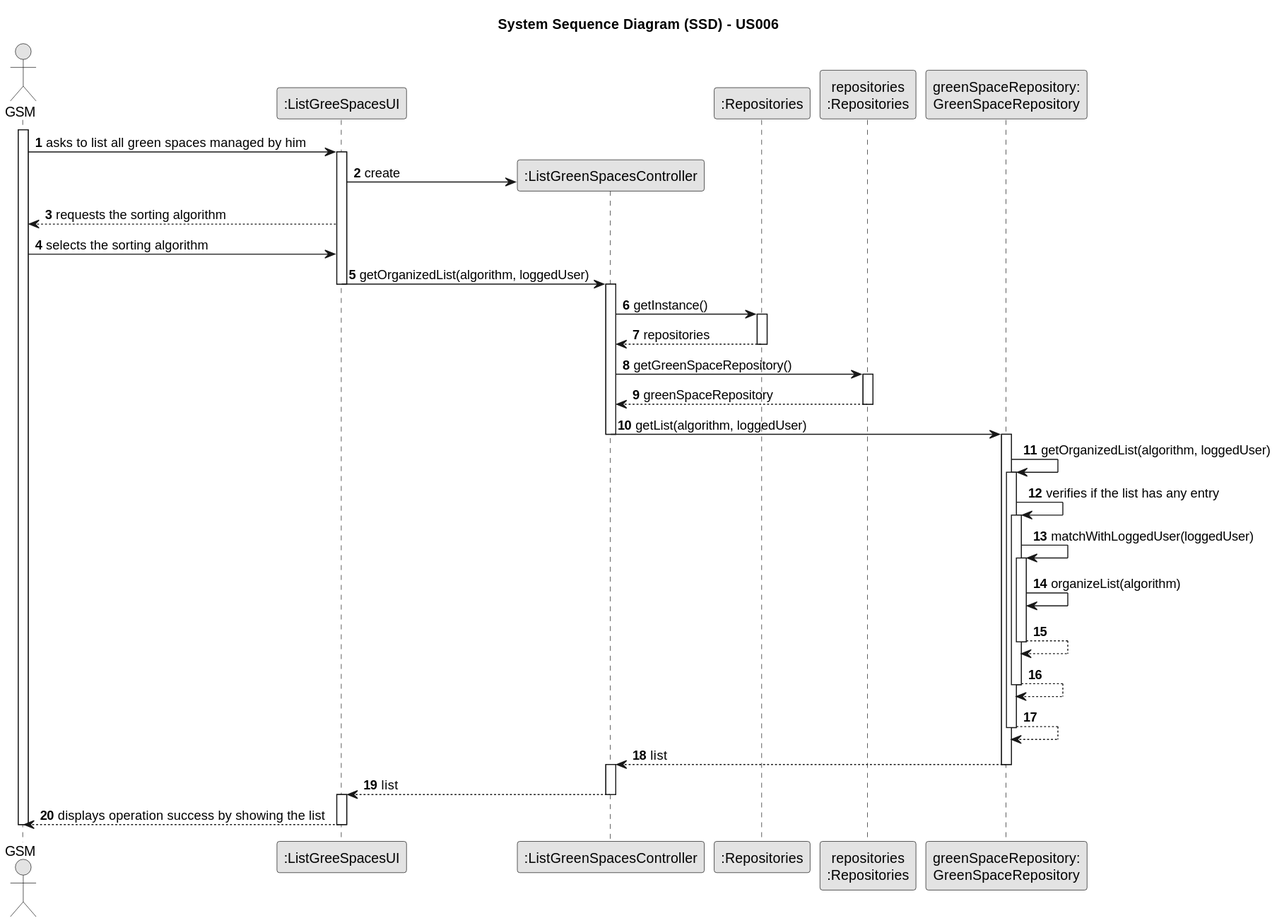
Above: docs/sprintC/us027/03.design/svg/us027-sequence-diagram-full.svg in ricardomm7/leaflink (PlantUML), before the change. The source it was exported from:
```plantuml
@startuml
skinparam monochrome true
skinparam packageStyle rectangle
skinparam shadowing false

title System Sequence Diagram (SSD) - US006

autonumber

actor "GSM" as GSM
participant ":ListGreeSpacesUI" as UI
participant ":ListGreenSpacesController" as CTRL
participant ":Repositories" as RepositorySingleton
participant "repositories\n:Repositories" as PLAT
participant "greenSpaceRepository:\nGreenSpaceRepository" as GreenSpaceRepo

activate GSM
GSM -> UI : asks to list all green spaces managed by him
activate UI
UI -> CTRL** : create
UI --> GSM : requests the sorting algorithm
GSM -> UI : selects the sorting algorithm
UI -> CTRL : getOrganizedList(algorithm, loggedUser)

deactivate UI
activate CTRL

CTRL -> RepositorySingleton : getInstance()
activate RepositorySingleton
RepositorySingleton --> CTRL : repositories
deactivate RepositorySingleton
CTRL -> PLAT : getGreenSpaceRepository()
activate PLAT
PLAT -->  CTRL: greenSpaceRepository
deactivate PLAT
CTRL -> GreenSpaceRepo : getList(algorithm, loggedUser)
deactivate CTRL

activate GreenSpaceRepo
GreenSpaceRepo -> GreenSpaceRepo : getOrganizedList(algorithm, loggedUser)
activate GreenSpaceRepo
GreenSpaceRepo -> GreenSpaceRepo : verifies if the list has any entry
activate GreenSpaceRepo
GreenSpaceRepo -> GreenSpaceRepo : matchWithLoggedUser(loggedUser)
activate GreenSpaceRepo
GreenSpaceRepo -> GreenSpaceRepo : organizeList(algorithm)
GreenSpaceRepo --> GreenSpaceRepo
deactivate GreenSpaceRepo
GreenSpaceRepo --> GreenSpaceRepo
deactivate GreenSpaceRepo
GreenSpaceRepo --> GreenSpaceRepo
deactivate GreenSpaceRepo
GreenSpaceRepo --> CTRL:list
deactivate GreenSpaceRepo
activate CTRL
CTRL --> UI : list

deactivate CTRL
activate UI
UI --> GSM : displays operation success by showing the list
deactivate UI
deactivate GSM
@enduml
```
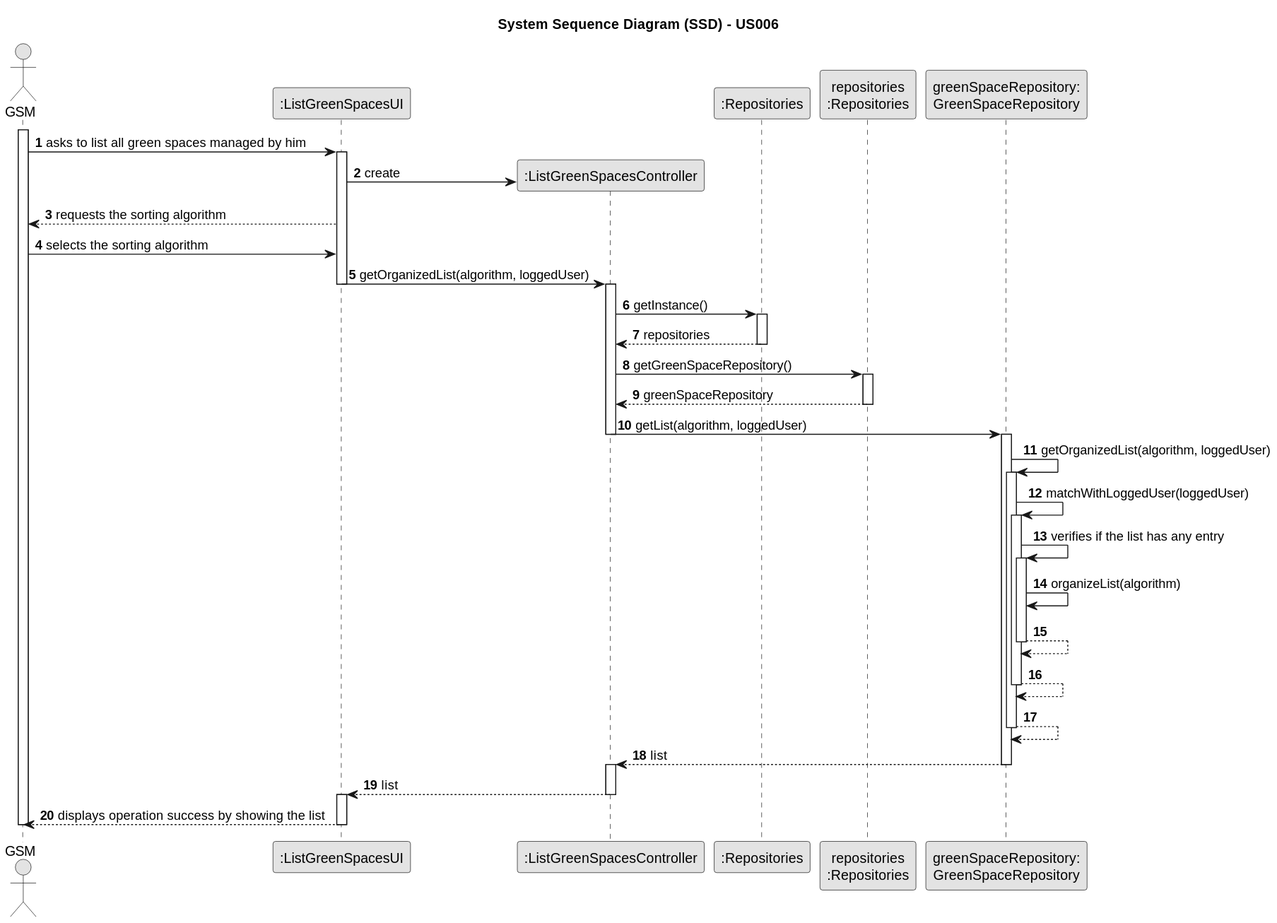
After the commit.

The edit, as a diff of the source:
```diff
@@ -8,7 +8,7 @@
 autonumber
 
 actor "GSM" as GSM
-participant ":ListGreeSpacesUI" as UI
+participant ":ListGreenSpacesUI" as UI
 participant ":ListGreenSpacesController" as CTRL
 participant ":Repositories" as RepositorySingleton
 participant "repositories\n:Repositories" as PLAT
@@ -39,9 +39,9 @@
 activate GreenSpaceRepo
 GreenSpaceRepo -> GreenSpaceRepo : getOrganizedList(algorithm, loggedUser)
 activate GreenSpaceRepo
+GreenSpaceRepo -> GreenSpaceRepo : matchWithLoggedUser(loggedUser)
+activate GreenSpaceRepo
 GreenSpaceRepo -> GreenSpaceRepo : verifies if the list has any entry
-activate GreenSpaceRepo
-GreenSpaceRepo -> GreenSpaceRepo : matchWithLoggedUser(loggedUser)
 activate GreenSpaceRepo
 GreenSpaceRepo -> GreenSpaceRepo : organizeList(algorithm)
 GreenSpaceRepo --> GreenSpaceRepo
```
